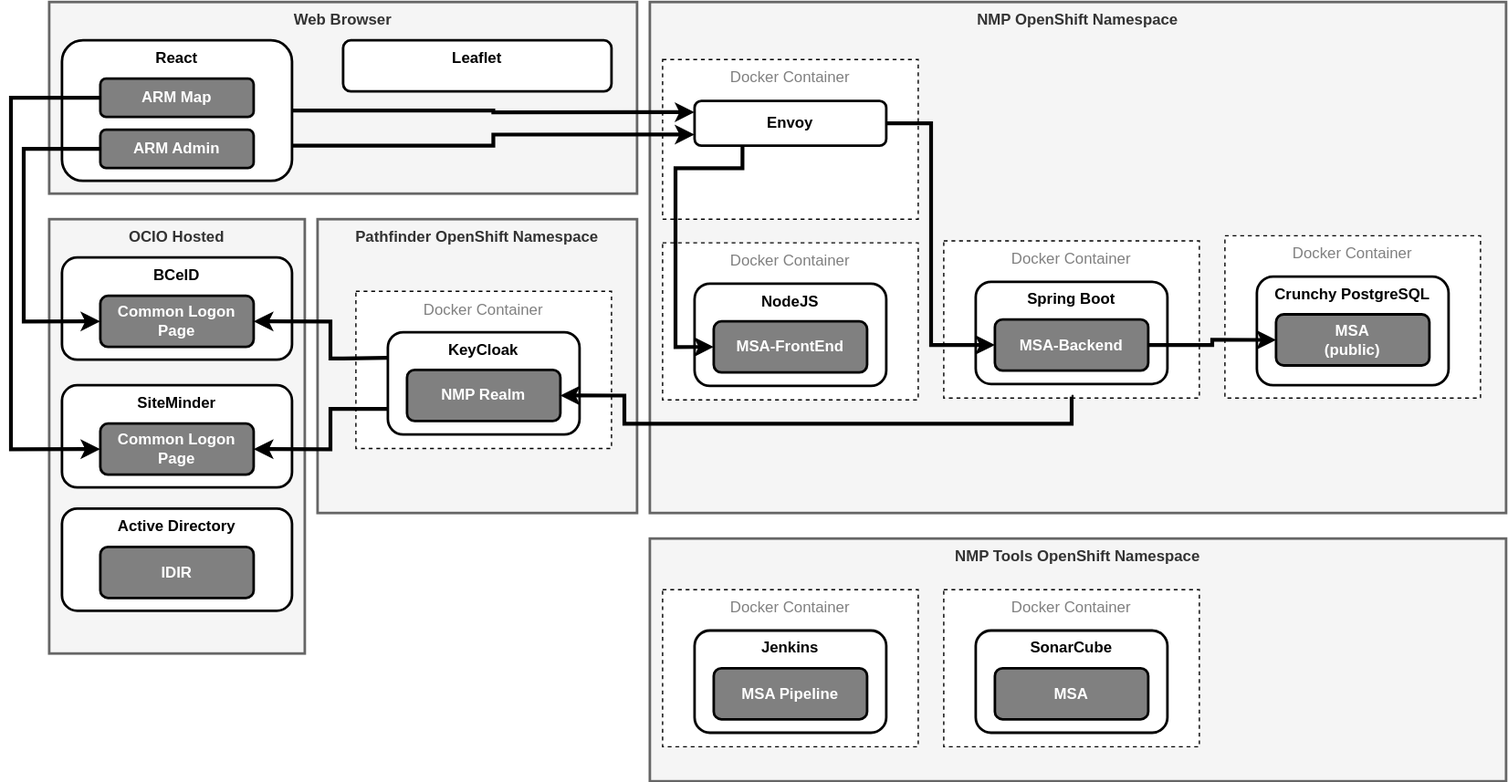
bcgov/agri-nmp-msa keeps this draw.io diagram as docs/MSA_Arch.svg. Above is the earlier version. Source tidied: cells renumbered, new cells last; positions are measured from the earlier drawing's top-left corner, leaving out a move shared by most shapes.
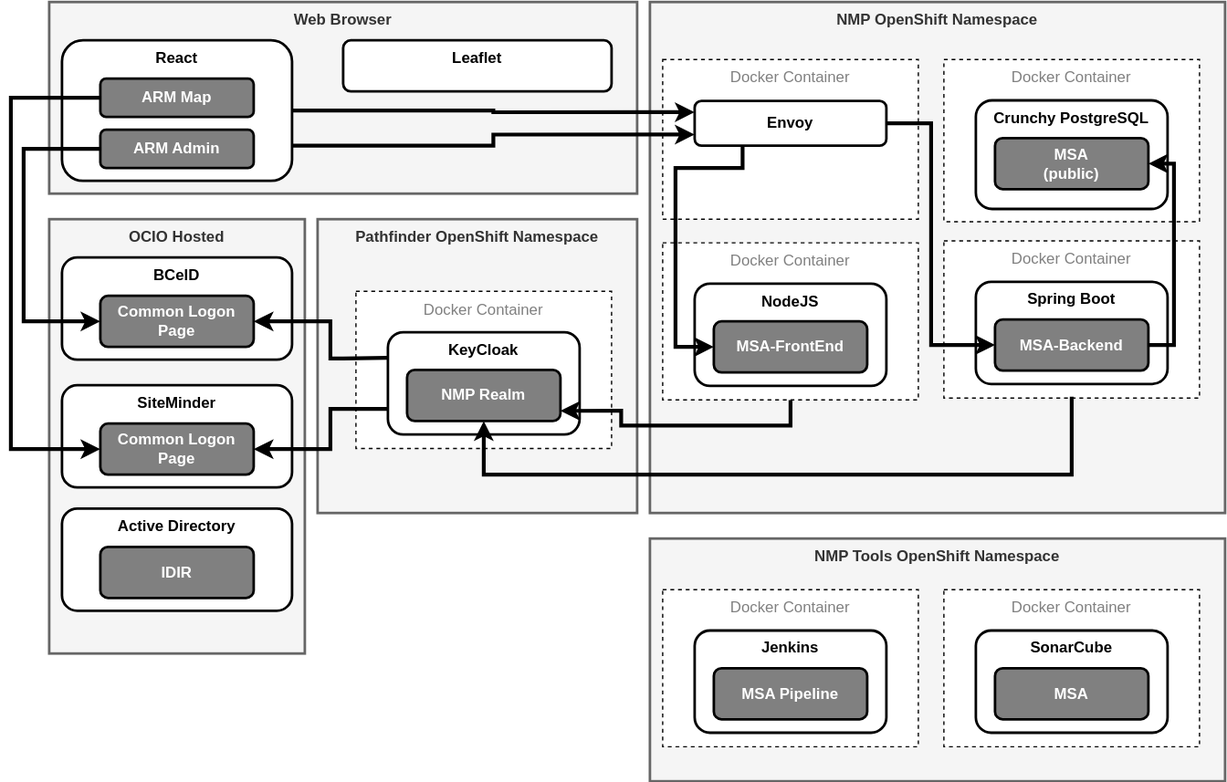
After the commit.

Commit message:
Refined KeyCloak flow on Arch diagram

The edit, as a diff of the source:
```diff
@@ -50,7 +50,7 @@
       </mxGeometry>
     </mxCell>
     <mxCell id="14" value="NMP OpenShift Namespace" style="rounded=0;whiteSpace=wrap;html=1;verticalAlign=top;fillColor=#f5f5f5;strokeColor=#666666;fontColor=#333333;strokeWidth=2;fontStyle=1;" parent="1" vertex="1">
-      <mxGeometry x="500" width="670" height="400" as="geometry" />
+      <mxGeometry x="500" width="450" height="400" as="geometry" />
     </mxCell>
     <mxCell id="15" value="Docker Container" style="rounded=0;whiteSpace=wrap;html=1;strokeWidth=1;fillColor=#FFFFFF;fontColor=#808080;dashed=1;verticalAlign=top;" parent="1" vertex="1">
       <mxGeometry x="510" y="45" width="200" height="125" as="geometry" />
@@ -90,93 +90,94 @@
     <mxCell id="23" value="NMP Realm" style="rounded=1;whiteSpace=wrap;html=1;strokeWidth=2;fillColor=#808080;fontColor=#FFFFFF;fontStyle=1;" parent="1" vertex="1">
       <mxGeometry x="310" y="288" width="120" height="40" as="geometry" />
     </mxCell>
-    <mxCell id="24" value="Docker Container" style="rounded=0;whiteSpace=wrap;html=1;strokeWidth=1;fillColor=#FFFFFF;fontColor=#808080;dashed=1;verticalAlign=top;" parent="1" vertex="1">
-      <mxGeometry x="510" y="188.5" width="200" height="123" as="geometry" />
+    <mxCell id="24" style="edgeStyle=orthogonalEdgeStyle;rounded=0;jettySize=auto;html=1;startArrow=classic;startFill=1;endArrow=none;endFill=0;strokeWidth=3;fontColor=#FFFFFF;exitX=0.9;exitY=0.769;exitDx=0;exitDy=0;exitPerimeter=0;entryX=0.5;entryY=1;entryDx=0;entryDy=0;" parent="1" edge="1" source="20" target="25">
+      <mxGeometry relative="1" as="geometry" />
     </mxCell>
-    <mxCell id="25" value="NodeJS" style="rounded=1;whiteSpace=wrap;html=1;strokeWidth=2;verticalAlign=top;fontStyle=1;" parent="1" vertex="1">
-      <mxGeometry x="535" y="220.5" width="150" height="80" as="geometry" />
+    <mxCell id="25" value="Docker Container" style="rounded=0;whiteSpace=wrap;html=1;strokeWidth=1;fillColor=#FFFFFF;fontColor=#808080;dashed=1;verticalAlign=top;" parent="1" vertex="1">
+      <mxGeometry x="510" y="188.5" width="200" height="123" as="geometry" />
     </mxCell>
-    <mxCell id="26" value="MSA-FrontEnd" style="rounded=1;whiteSpace=wrap;html=1;strokeWidth=2;fillColor=#808080;fontColor=#FFFFFF;fontStyle=1;" parent="1" vertex="1">
-      <mxGeometry x="550" y="250" width="120" height="40" as="geometry" />
+    <mxCell id="26" value="NodeJS" style="rounded=1;whiteSpace=wrap;html=1;strokeWidth=2;verticalAlign=top;fontStyle=1;" parent="1" vertex="1">
+      <mxGeometry x="535" y="220.5" width="150" height="80" as="geometry" />
     </mxCell>
-    <mxCell id="27" style="edgeStyle=orthogonalEdgeStyle;rounded=0;jettySize=auto;html=1;startArrow=classic;startFill=1;endArrow=none;endFill=0;fontColor=#FFFFFF;entryX=0.25;entryY=1;entryDx=0;entryDy=0;strokeWidth=3;exitX=0;exitY=0.5;exitDx=0;exitDy=0;" parent="1" edge="1" source="26" target="16">
-      <mxGeometry relative="1" as="geometry">
-        <Array as="points">
-          <mxPoint x="520" y="270" />
-          <mxPoint x="520" y="130" />
-          <mxPoint x="572" y="130" />
-        </Array>
-      </mxGeometry>
+    <mxCell id="27" value="MSA-FrontEnd" style="rounded=1;whiteSpace=wrap;html=1;strokeWidth=2;fillColor=#808080;fontColor=#FFFFFF;fontStyle=1;" parent="1" vertex="1">
+      <mxGeometry x="550" y="250" width="120" height="40" as="geometry" />
     </mxCell>
-    <mxCell id="28" value="Docker Container" style="rounded=0;whiteSpace=wrap;html=1;strokeWidth=1;fillColor=#FFFFFF;fontColor=#808080;dashed=1;verticalAlign=top;" parent="1" vertex="1">
-      <mxGeometry x="730" y="187" width="200" height="123" as="geometry" />
+    <mxCell id="28" style="edgeStyle=orthogonalEdgeStyle;rounded=0;jettySize=auto;html=1;startArrow=classic;startFill=1;endArrow=none;endFill=0;fontColor=#FFFFFF;entryX=0.25;entryY=1;entryDx=0;entryDy=0;strokeWidth=3;exitX=0;exitY=0.5;exitDx=0;exitDy=0;" parent="1" edge="1" source="27" target="16">
+      <mxGeometry relative="1" as="geometry">
+        <Array as="points">
+          <mxPoint x="520" y="270" />
+          <mxPoint x="520" y="130" />
+          <mxPoint x="572" y="130" />
+        </Array>
+      </mxGeometry>
     </mxCell>
-    <mxCell id="29" value="Spring Boot" style="rounded=1;whiteSpace=wrap;html=1;strokeWidth=2;verticalAlign=top;fontStyle=1;" parent="1" vertex="1">
-      <mxGeometry x="755" y="219" width="150" height="80" as="geometry" />
+    <mxCell id="29" value="Docker Container" style="rounded=0;whiteSpace=wrap;html=1;strokeWidth=1;fillColor=#FFFFFF;fontColor=#808080;dashed=1;verticalAlign=top;" parent="1" vertex="1">
+      <mxGeometry x="730" y="187" width="200" height="123" as="geometry" />
     </mxCell>
-    <mxCell id="30" value="MSA-Backend" style="rounded=1;whiteSpace=wrap;html=1;strokeWidth=2;fillColor=#808080;fontColor=#FFFFFF;fontStyle=1;" parent="1" vertex="1">
-      <mxGeometry x="770" y="248.5" width="120" height="40" as="geometry" />
+    <mxCell id="30" value="Spring Boot" style="rounded=1;whiteSpace=wrap;html=1;strokeWidth=2;verticalAlign=top;fontStyle=1;" parent="1" vertex="1">
+      <mxGeometry x="755" y="219" width="150" height="80" as="geometry" />
     </mxCell>
-    <mxCell id="31" style="edgeStyle=orthogonalEdgeStyle;rounded=0;jettySize=auto;html=1;startArrow=classic;startFill=1;endArrow=none;endFill=0;fontColor=#FFFFFF;entryX=1;entryY=0.5;entryDx=0;entryDy=0;strokeWidth=3;exitX=0;exitY=0.5;exitDx=0;exitDy=0;" parent="1" edge="1" source="30" target="16">
-      <mxGeometry relative="1" as="geometry">
-        <Array as="points">
-          <mxPoint x="720" y="269" />
-          <mxPoint x="720" y="95" />
-        </Array>
-      </mxGeometry>
+    <mxCell id="31" value="MSA-Backend" style="rounded=1;whiteSpace=wrap;html=1;strokeWidth=2;fillColor=#808080;fontColor=#FFFFFF;fontStyle=1;" parent="1" vertex="1">
+      <mxGeometry x="770" y="248.5" width="120" height="40" as="geometry" />
     </mxCell>
-    <mxCell id="32" value="Docker Container" style="rounded=0;whiteSpace=wrap;html=1;strokeWidth=1;fillColor=#FFFFFF;fontColor=#808080;dashed=1;verticalAlign=top;" parent="1" vertex="1">
-      <mxGeometry x="950" y="183" width="200" height="127" as="geometry" />
+    <mxCell id="32" style="edgeStyle=orthogonalEdgeStyle;rounded=0;jettySize=auto;html=1;startArrow=classic;startFill=1;endArrow=none;endFill=0;fontColor=#FFFFFF;entryX=1;entryY=0.5;entryDx=0;entryDy=0;strokeWidth=3;exitX=0;exitY=0.5;exitDx=0;exitDy=0;" parent="1" edge="1" source="31" target="16">
+      <mxGeometry relative="1" as="geometry">
+        <Array as="points">
+          <mxPoint x="720" y="269" />
+          <mxPoint x="720" y="95" />
+        </Array>
+      </mxGeometry>
     </mxCell>
-    <mxCell id="33" value="Crunchy PostgreSQL" style="rounded=1;whiteSpace=wrap;html=1;strokeWidth=2;verticalAlign=top;fontStyle=1;" parent="1" vertex="1">
-      <mxGeometry x="975" y="215" width="150" height="85" as="geometry" />
+    <mxCell id="33" value="Docker Container" style="rounded=0;whiteSpace=wrap;html=1;strokeWidth=1;fillColor=#FFFFFF;fontColor=#808080;dashed=1;verticalAlign=top;" parent="1" vertex="1">
+      <mxGeometry x="730" y="45" width="200" height="127" as="geometry" />
     </mxCell>
-    <mxCell id="34" value="MSA&lt;br&gt;(public)" style="rounded=1;whiteSpace=wrap;html=1;strokeWidth=2;fillColor=#808080;fontColor=#FFFFFF;fontStyle=1;" parent="1" vertex="1">
-      <mxGeometry x="990" y="244.5" width="120" height="40" as="geometry" />
+    <mxCell id="34" value="Crunchy PostgreSQL" style="rounded=1;whiteSpace=wrap;html=1;strokeWidth=2;verticalAlign=top;fontStyle=1;" parent="1" vertex="1">
+      <mxGeometry x="755" y="77" width="150" height="85" as="geometry" />
     </mxCell>
-    <mxCell id="35" style="edgeStyle=orthogonalEdgeStyle;rounded=0;jettySize=auto;html=1;startArrow=classic;startFill=1;endArrow=none;endFill=0;fontColor=#FFFFFF;entryX=1;entryY=0.5;entryDx=0;entryDy=0;strokeWidth=3;exitX=0;exitY=0.5;exitDx=0;exitDy=0;" parent="1" edge="1" source="34" target="30">
-      <mxGeometry relative="1" as="geometry" />
+    <mxCell id="35" value="MSA&lt;br&gt;(public)" style="rounded=1;whiteSpace=wrap;html=1;strokeWidth=2;fillColor=#808080;fontColor=#FFFFFF;fontStyle=1;" parent="1" vertex="1">
+      <mxGeometry x="770" y="106.5" width="120" height="40" as="geometry" />
     </mxCell>
-    <mxCell id="36" value="Active Directory" style="rounded=1;whiteSpace=wrap;html=1;strokeWidth=2;verticalAlign=top;fontStyle=1;" parent="1" vertex="1">
-      <mxGeometry x="40" y="396.5" width="180" height="80" as="geometry" />
+    <mxCell id="36" style="rounded=0;jettySize=auto;html=1;startArrow=classic;startFill=1;endArrow=none;endFill=0;fontColor=#FFFFFF;entryX=1;entryY=0.5;entryDx=0;entryDy=0;strokeWidth=3;edgeStyle=orthogonalEdgeStyle;exitX=1;exitY=0.5;exitDx=0;exitDy=0;" parent="1" edge="1" source="35" target="31">
+      <mxGeometry relative="1" as="geometry" />
     </mxCell>
-    <mxCell id="37" value="IDIR" style="rounded=1;whiteSpace=wrap;html=1;strokeWidth=2;fillColor=#808080;fontColor=#FFFFFF;fontStyle=1;" parent="1" vertex="1">
-      <mxGeometry x="70" y="426.5" width="120" height="40" as="geometry" />
+    <mxCell id="37" value="Active Directory" style="rounded=1;whiteSpace=wrap;html=1;strokeWidth=2;verticalAlign=top;fontStyle=1;" parent="1" vertex="1">
+      <mxGeometry x="40" y="396.5" width="180" height="80" as="geometry" />
     </mxCell>
-    <mxCell id="38" value="NMP Tools OpenShift Namespace" style="rounded=0;whiteSpace=wrap;html=1;verticalAlign=top;fillColor=#f5f5f5;strokeColor=#666666;fontColor=#333333;strokeWidth=2;fontStyle=1;" parent="1" vertex="1">
-      <mxGeometry x="500" y="420" width="670" height="190" as="geometry" />
+    <mxCell id="38" value="IDIR" style="rounded=1;whiteSpace=wrap;html=1;strokeWidth=2;fillColor=#808080;fontColor=#FFFFFF;fontStyle=1;" parent="1" vertex="1">
+      <mxGeometry x="70" y="426.5" width="120" height="40" as="geometry" />
     </mxCell>
-    <mxCell id="39" value="Docker Container" style="rounded=0;whiteSpace=wrap;html=1;strokeWidth=1;fillColor=#FFFFFF;fontColor=#808080;dashed=1;verticalAlign=top;" parent="1" vertex="1">
-      <mxGeometry x="510" y="460" width="200" height="123" as="geometry" />
+    <mxCell id="39" value="NMP Tools OpenShift Namespace" style="rounded=0;whiteSpace=wrap;html=1;verticalAlign=top;fillColor=#f5f5f5;strokeColor=#666666;fontColor=#333333;strokeWidth=2;fontStyle=1;" parent="1" vertex="1">
+      <mxGeometry x="500" y="420" width="450" height="190" as="geometry" />
     </mxCell>
-    <mxCell id="40" value="Jenkins" style="rounded=1;whiteSpace=wrap;html=1;strokeWidth=2;verticalAlign=top;fontStyle=1;" parent="1" vertex="1">
-      <mxGeometry x="535" y="492" width="150" height="80" as="geometry" />
+    <mxCell id="40" value="Docker Container" style="rounded=0;whiteSpace=wrap;html=1;strokeWidth=1;fillColor=#FFFFFF;fontColor=#808080;dashed=1;verticalAlign=top;" parent="1" vertex="1">
+      <mxGeometry x="510" y="460" width="200" height="123" as="geometry" />
     </mxCell>
-    <mxCell id="41" value="MSA Pipeline" style="rounded=1;whiteSpace=wrap;html=1;strokeWidth=2;fillColor=#808080;fontColor=#FFFFFF;fontStyle=1;" parent="1" vertex="1">
-      <mxGeometry x="550" y="521.5" width="120" height="40" as="geometry" />
+    <mxCell id="41" value="Jenkins" style="rounded=1;whiteSpace=wrap;html=1;strokeWidth=2;verticalAlign=top;fontStyle=1;" parent="1" vertex="1">
+      <mxGeometry x="535" y="492" width="150" height="80" as="geometry" />
     </mxCell>
-    <mxCell id="42" value="Docker Container" style="rounded=0;whiteSpace=wrap;html=1;strokeWidth=1;fillColor=#FFFFFF;fontColor=#808080;dashed=1;verticalAlign=top;" parent="1" vertex="1">
-      <mxGeometry x="730" y="460" width="200" height="123" as="geometry" />
+    <mxCell id="42" value="MSA Pipeline" style="rounded=1;whiteSpace=wrap;html=1;strokeWidth=2;fillColor=#808080;fontColor=#FFFFFF;fontStyle=1;" parent="1" vertex="1">
+      <mxGeometry x="550" y="521.5" width="120" height="40" as="geometry" />
     </mxCell>
-    <mxCell id="43" value="SonarCube" style="rounded=1;whiteSpace=wrap;html=1;strokeWidth=2;verticalAlign=top;fontStyle=1;" parent="1" vertex="1">
-      <mxGeometry x="755" y="492" width="150" height="80" as="geometry" />
+    <mxCell id="43" value="Docker Container" style="rounded=0;whiteSpace=wrap;html=1;strokeWidth=1;fillColor=#FFFFFF;fontColor=#808080;dashed=1;verticalAlign=top;" parent="1" vertex="1">
+      <mxGeometry x="730" y="460" width="200" height="123" as="geometry" />
     </mxCell>
-    <mxCell id="44" value="MSA" style="rounded=1;whiteSpace=wrap;html=1;strokeWidth=2;fillColor=#808080;fontColor=#FFFFFF;fontStyle=1;" parent="1" vertex="1">
-      <mxGeometry x="770" y="521.5" width="120" height="40" as="geometry" />
+    <mxCell id="44" value="SonarCube" style="rounded=1;whiteSpace=wrap;html=1;strokeWidth=2;verticalAlign=top;fontStyle=1;" parent="1" vertex="1">
+      <mxGeometry x="755" y="492" width="150" height="80" as="geometry" />
     </mxCell>
-    <mxCell id="45" style="edgeStyle=orthogonalEdgeStyle;rounded=0;jettySize=auto;html=1;startArrow=classic;startFill=1;endArrow=none;endFill=0;fontColor=#FFFFFF;strokeWidth=3;exitX=1;exitY=0.5;exitDx=0;exitDy=0;" parent="1" edge="1" source="23">
-      <mxGeometry relative="1" as="geometry">
-        <mxPoint x="830" y="309" as="targetPoint" />
-        <Array as="points">
-          <mxPoint x="480" y="308" />
-          <mxPoint x="480" y="330" />
-          <mxPoint x="830" y="330" />
-          <mxPoint x="830" y="309" />
-        </Array>
-      </mxGeometry>
+    <mxCell id="45" value="MSA" style="rounded=1;whiteSpace=wrap;html=1;strokeWidth=2;fillColor=#808080;fontColor=#FFFFFF;fontStyle=1;" parent="1" vertex="1">
+      <mxGeometry x="770" y="521.5" width="120" height="40" as="geometry" />
     </mxCell>
-    <mxCell id="46" value="Leaflet" style="rounded=1;whiteSpace=wrap;html=1;strokeWidth=2;verticalAlign=top;fontStyle=1;" parent="1" vertex="1">
-      <mxGeometry x="260" y="30" width="210" height="40" as="geometry" />
+    <mxCell id="46" style="edgeStyle=orthogonalEdgeStyle;rounded=0;jettySize=auto;html=1;startArrow=classic;startFill=1;endArrow=none;endFill=0;fontColor=#FFFFFF;strokeWidth=3;exitX=0.5;exitY=1;exitDx=0;exitDy=0;" parent="1" edge="1" source="23">
+      <mxGeometry relative="1" as="geometry">
+        <mxPoint x="830" y="309" as="targetPoint" />
+        <Array as="points">
+          <mxPoint x="370" y="370" />
+          <mxPoint x="830" y="370" />
+        </Array>
+      </mxGeometry>
     </mxCell>
+    <mxCell id="47" value="Leaflet" style="rounded=1;whiteSpace=wrap;html=1;strokeWidth=2;verticalAlign=top;fontStyle=1;" parent="1" vertex="1">
+      <mxGeometry x="260" y="30" width="210" height="40" as="geometry" />
+    </mxCell>
   </root>
 </mxGraphModel>
```
